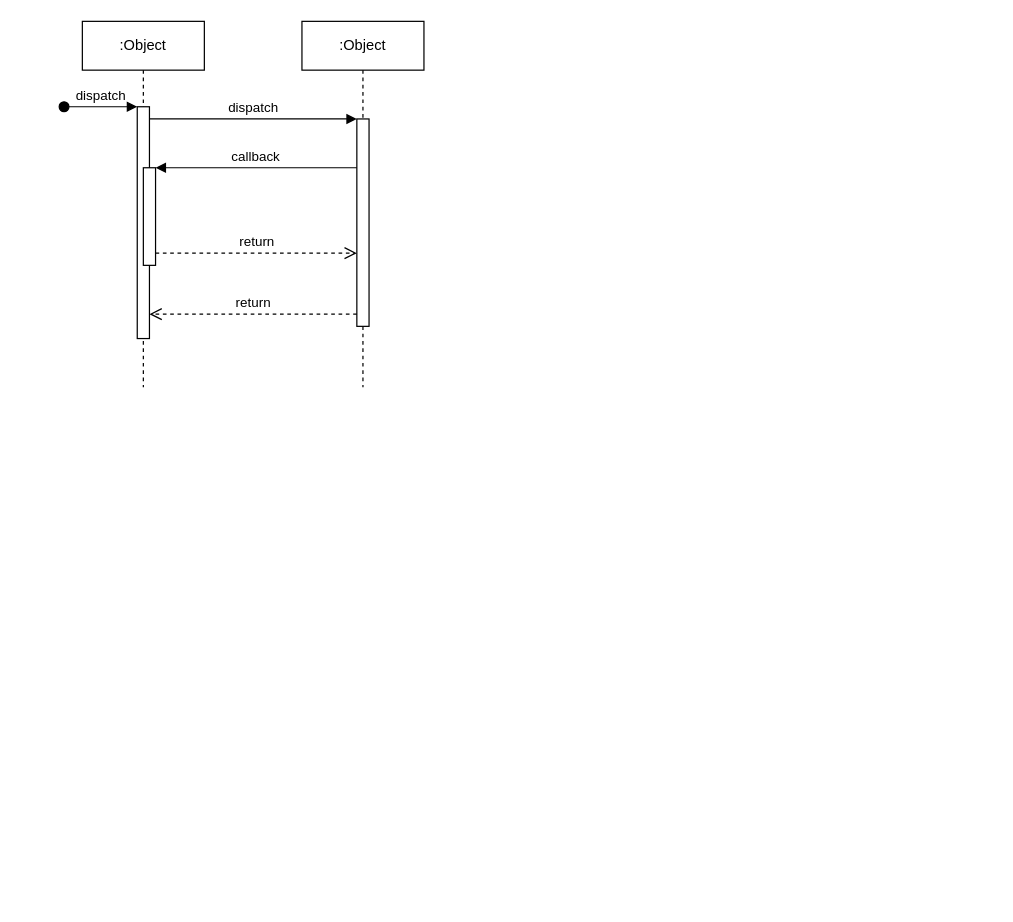
The draw.io diagram Диаграмма без названия.drawio in Saveliy113/diagrams, before the edit. Source tidied: cells renumbered, new cells numbered last; positions are measured from the earlier drawing's top-left corner, leaving out a move shared by most shapes. Both pictures are drawn from the tidied source at 122%, with x=0, y=0 at pixel (63, 21).
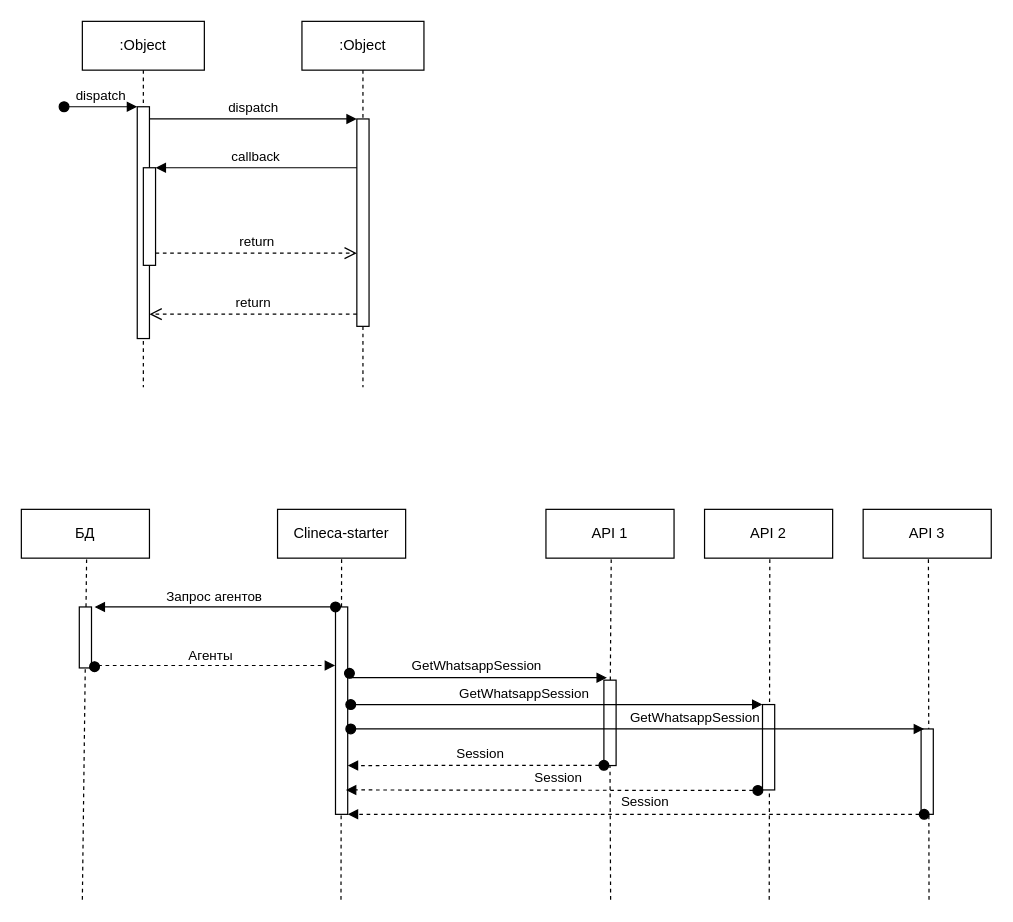
After the change.

Change to the diagram source:
```diff
@@
+    <mxCell id="12" value="БД" style="rounded=0;whiteSpace=wrap;html=1;" parent="1" vertex="1">
+      <mxGeometry x="-35" y="400" width="105" height="40" as="geometry" />
+    </mxCell>
+    <mxCell id="13" value="Clineca-starter" style="rounded=0;whiteSpace=wrap;html=1;" parent="1" vertex="1">
+      <mxGeometry x="175" y="400" width="105" height="40" as="geometry" />
+    </mxCell>
+    <mxCell id="14" style="endArrow=none;dashed=1;html=1;rounded=0;entryX=0.5;entryY=1;entryDx=0;entryDy=0;" parent="1" edge="1" target="13">
+      <mxGeometry relative="1" as="geometry">
+        <mxPoint x="227" y="720" as="sourcePoint" />
+      </mxGeometry>
+    </mxCell>
+    <mxCell id="15" style="endArrow=none;dashed=1;html=1;rounded=0;entryX=0.5;entryY=1;entryDx=0;entryDy=0;" parent="1" edge="1">
+      <mxGeometry relative="1" as="geometry">
+        <mxPoint x="15" y="720" as="sourcePoint" />
+        <mxPoint x="18.5" y="440" as="targetPoint" />
+      </mxGeometry>
+    </mxCell>
+    <mxCell id="16" style="rounded=0;whiteSpace=wrap;html=1;" parent="1" vertex="1">
+      <mxGeometry x="12.5" y="480" width="10" height="50" as="geometry" />
+    </mxCell>
+    <mxCell id="17" style="rounded=0;whiteSpace=wrap;html=1;" parent="1" vertex="1">
+      <mxGeometry x="222.5" y="480" width="10" height="170" as="geometry" />
+    </mxCell>
+    <mxCell id="18" value="API 1" style="rounded=0;whiteSpace=wrap;html=1;" parent="1" vertex="1">
+      <mxGeometry x="395" y="400" width="105" height="40" as="geometry" />
+    </mxCell>
+    <mxCell id="19" value="API 2" style="rounded=0;whiteSpace=wrap;html=1;" parent="1" vertex="1">
+      <mxGeometry x="525" y="400" width="105" height="40" as="geometry" />
+    </mxCell>
+    <mxCell id="20" value="API 3" style="rounded=0;whiteSpace=wrap;html=1;" parent="1" vertex="1">
+      <mxGeometry x="655" y="400" width="105" height="40" as="geometry" />
+    </mxCell>
+    <mxCell id="21" value="Агенты" style="html=1;verticalAlign=bottom;startArrow=oval;endArrow=block;startSize=8;edgeStyle=elbowEdgeStyle;elbow=vertical;curved=0;rounded=0;dashed=1;entryX=-0.029;entryY=0.282;entryDx=0;entryDy=0;entryPerimeter=0;" parent="1" edge="1" target="17">
+      <mxGeometry x="-0.03" y="-1" relative="1" as="geometry">
+        <mxPoint x="25" y="529" as="sourcePoint" />
+      </mxGeometry>
+    </mxCell>
+    <mxCell id="22" style="endArrow=none;dashed=1;html=1;rounded=0;entryX=0.5;entryY=1;entryDx=0;entryDy=0;" parent="1" edge="1" source="26">
+      <mxGeometry relative="1" as="geometry">
+        <mxPoint x="448.5" y="440" as="targetPoint" />
+      </mxGeometry>
+    </mxCell>
+    <mxCell id="23" style="endArrow=none;dashed=1;html=1;rounded=0;entryX=0.5;entryY=1;entryDx=0;entryDy=0;" parent="1" edge="1">
+      <mxGeometry relative="1" as="geometry">
+        <mxPoint x="578" y="720" as="sourcePoint" />
+        <mxPoint x="578.5" y="440" as="targetPoint" />
+      </mxGeometry>
+    </mxCell>
+    <mxCell id="24" style="endArrow=none;dashed=1;html=1;rounded=0;entryX=0.5;entryY=1;entryDx=0;entryDy=0;" parent="1" edge="1">
+      <mxGeometry relative="1" as="geometry">
+        <mxPoint x="709" y="720" as="sourcePoint" />
+        <mxPoint x="708.5" y="440" as="targetPoint" />
+      </mxGeometry>
+    </mxCell>
+    <mxCell id="25" style="endArrow=none;dashed=1;html=1;rounded=0;entryX=0.5;entryY=1;entryDx=0;entryDy=0;" parent="1" edge="1" target="26">
+      <mxGeometry relative="1" as="geometry">
+        <mxPoint x="448" y="720" as="sourcePoint" />
+      </mxGeometry>
+    </mxCell>
+    <mxCell id="26" style="rounded=0;whiteSpace=wrap;html=1;" parent="1" vertex="1">
+      <mxGeometry x="442.5" y="540" width="10" height="70" as="geometry" />
+    </mxCell>
+    <mxCell id="27" value="Запрос агентов" style="html=1;verticalAlign=bottom;startArrow=oval;endArrow=block;startSize=8;edgeStyle=elbowEdgeStyle;elbow=vertical;curved=0;rounded=0;exitX=0;exitY=0;exitDx=0;exitDy=0;" parent="1" edge="1" source="17">
+      <mxGeometry x="0.01" y="1" relative="1" as="geometry">
+        <mxPoint x="25" y="480" as="targetPoint" />
+      </mxGeometry>
+    </mxCell>
+    <mxCell id="28" style="rounded=0;whiteSpace=wrap;html=1;" parent="1" vertex="1">
+      <mxGeometry x="572.5" y="560" width="10" height="70" as="geometry" />
+    </mxCell>
+    <mxCell id="29" style="rounded=0;whiteSpace=wrap;html=1;" parent="1" vertex="1">
+      <mxGeometry x="702.5" y="580" width="10" height="70" as="geometry" />
+    </mxCell>
+    <mxCell id="30" value="GetWhatsappSession" style="html=1;verticalAlign=bottom;startArrow=oval;endArrow=block;startSize=8;edgeStyle=elbowEdgeStyle;elbow=vertical;curved=0;rounded=0;exitX=1.143;exitY=0.32;exitDx=0;exitDy=0;exitPerimeter=0;" parent="1" edge="1" source="17">
+      <mxGeometry x="0.01" y="1" relative="1" as="geometry">
+        <mxPoint x="445" y="538" as="targetPoint" />
+        <Array as="points">
+          <mxPoint x="295" y="538" />
+        </Array>
+      </mxGeometry>
+    </mxCell>
+    <mxCell id="31" value="GetWhatsappSession" style="html=1;verticalAlign=bottom;startArrow=oval;endArrow=block;startSize=8;edgeStyle=elbowEdgeStyle;elbow=vertical;curved=0;rounded=0;entryX=0;entryY=0;entryDx=0;entryDy=0;" parent="1" edge="1" target="28">
+      <mxGeometry x="-0.16" relative="1" as="geometry">
+        <mxPoint x="235" y="560" as="sourcePoint" />
+        <Array as="points">
+          <mxPoint x="293.5" y="560" />
+        </Array>
+      </mxGeometry>
+    </mxCell>
+    <mxCell id="32" value="GetWhatsappSession" style="html=1;verticalAlign=bottom;startArrow=oval;endArrow=block;startSize=8;edgeStyle=elbowEdgeStyle;elbow=vertical;curved=0;rounded=0;" parent="1" edge="1">
+      <mxGeometry x="0.2" relative="1" as="geometry">
+        <mxPoint x="235" y="580" as="sourcePoint" />
+        <mxPoint x="705" y="580" as="targetPoint" />
+        <Array as="points">
+          <mxPoint x="293.5" y="580" />
+        </Array>
+      </mxGeometry>
+    </mxCell>
+    <mxCell id="33" value="Session" style="html=1;verticalAlign=bottom;startArrow=oval;endArrow=block;startSize=8;edgeStyle=elbowEdgeStyle;elbow=vertical;curved=0;rounded=0;dashed=1;exitX=0;exitY=0.5;exitDx=0;exitDy=0;" parent="1" edge="1">
+      <mxGeometry x="-0.03" y="-1" relative="1" as="geometry">
+        <mxPoint x="442.5" y="609.8" as="sourcePoint" />
+        <mxPoint x="232.5" y="609.8" as="targetPoint" />
+      </mxGeometry>
+    </mxCell>
+    <mxCell id="34" value="Session" style="html=1;verticalAlign=bottom;startArrow=oval;endArrow=block;startSize=8;edgeStyle=elbowEdgeStyle;elbow=vertical;curved=0;rounded=0;dashed=1;exitX=0.093;exitY=0.704;exitDx=0;exitDy=0;exitPerimeter=0;entryX=1.321;entryY=0.836;entryDx=0;entryDy=0;entryPerimeter=0;" parent="1" edge="1">
+      <mxGeometry x="-0.03" y="-1" relative="1" as="geometry">
+        <mxPoint x="568.7" y="630.4" as="sourcePoint" />
+        <mxPoint x="231" y="630.5" as="targetPoint" />
+      </mxGeometry>
+    </mxCell>
+    <mxCell id="35" value="Session" style="html=1;verticalAlign=bottom;startArrow=oval;endArrow=block;startSize=8;edgeStyle=elbowEdgeStyle;elbow=vertical;curved=0;rounded=0;dashed=1;" parent="1" edge="1">
+      <mxGeometry x="-0.03" y="-1" relative="1" as="geometry">
+        <mxPoint x="705" y="650" as="sourcePoint" />
+        <mxPoint x="232.5" y="650.1" as="targetPoint" />
+      </mxGeometry>
+    </mxCell>
```
